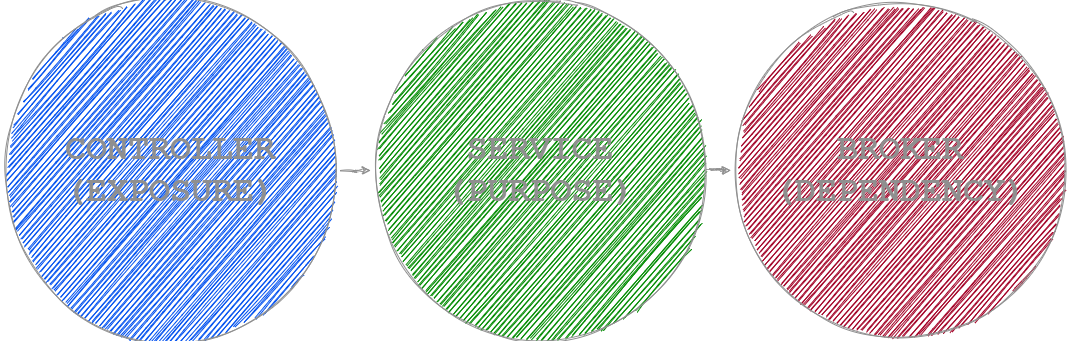
Earlier version of the draw.io export 0. Introduction/Resources/The Theory/The Theory-0.0.5.png (hassanhabib/The-Standard-Turkish). Source tidied: cells renumbered, new cells last; positions are measured from the earlier drawing's top-left corner, leaving out a move shared by most shapes.
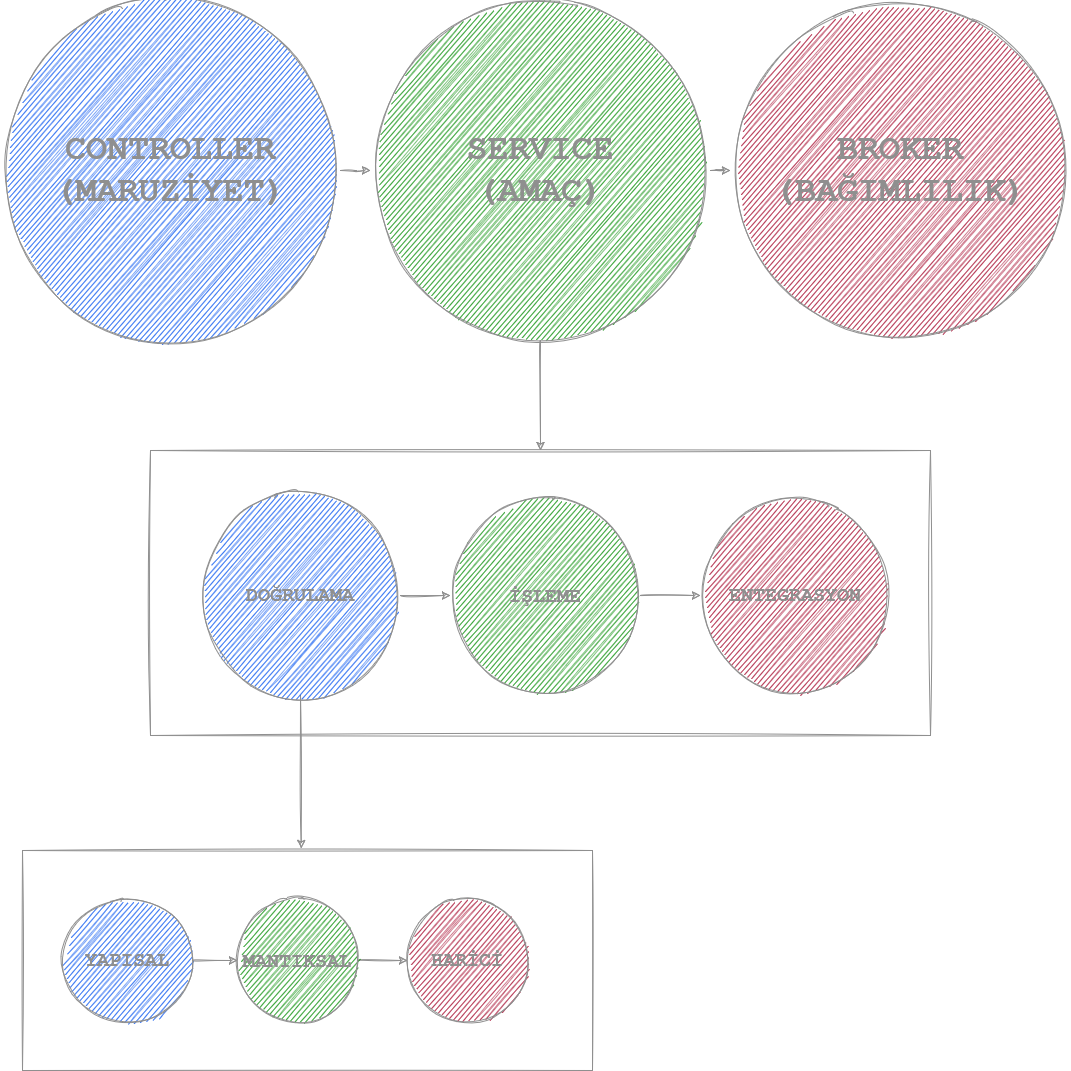
The same file after the commit.

Diff of the diagram source:
```diff
@@ -2,20 +2,62 @@
   <root>
     <mxCell id="0" />
     <mxCell id="1" parent="0" />
+    <mxCell id="7" style="rounded=0;whiteSpace=wrap;html=1;sketch=1;fontFamily=Courier New;fontSize=20;fontColor=#8F8F8F;strokeColor=#8F8F8F;fillColor=none;" parent="1" vertex="1">
+      <mxGeometry x="22" y="850" width="570" height="220" as="geometry" />
+    </mxCell>
+    <mxCell id="8" style="rounded=0;whiteSpace=wrap;html=1;sketch=1;fontFamily=Courier New;fontSize=20;fontColor=#8F8F8F;strokeColor=#8F8F8F;fillColor=none;" parent="1" vertex="1">
+      <mxGeometry x="150" y="450" width="780" height="285" as="geometry" />
+    </mxCell>
-    <mxCell id="2" value="BROKER&lt;br&gt;(DEPENDENCY)" style="ellipse;whiteSpace=wrap;html=1;rounded=1;sketch=1;fillColor=#a20025;strokeColor=#8F8F8F;fontFamily=Courier New;fontStyle=1;fontSize=35;fontColor=#8F8F8F;" parent="1" vertex="1">
+    <mxCell id="2" value="BROKER&lt;br&gt;(BAĞIMLILIK)" style="ellipse;whiteSpace=wrap;html=1;rounded=1;sketch=1;fillColor=#a20025;strokeColor=#8F8F8F;fontFamily=Courier New;fontStyle=1;fontSize=35;fontColor=#8F8F8F;" parent="1" vertex="1">
       <mxGeometry x="730" width="340" height="340" as="geometry" />
     </mxCell>
     <mxCell id="3" style="edgeStyle=orthogonalEdgeStyle;curved=1;rounded=1;sketch=1;jettySize=auto;html=1;entryX=0;entryY=0.5;entryDx=0;entryDy=0;strokeColor=#8F8F8F;fontFamily=Courier New;fontStyle=1;fontColor=#8F8F8F;" parent="1" edge="1" source="4" target="2">
       <mxGeometry relative="1" as="geometry" />
     </mxCell>
+    <mxCell id="9" style="edgeStyle=orthogonalEdgeStyle;curved=1;rounded=1;sketch=1;jettySize=auto;html=1;fontFamily=Courier New;fontSize=20;fontColor=#8F8F8F;strokeColor=#8F8F8F;" parent="1" edge="1" source="4" target="8">
+      <mxGeometry relative="1" as="geometry" />
+    </mxCell>
-    <mxCell id="4" value="&lt;font style=&quot;font-size: 35px&quot;&gt;SERVICE&lt;br&gt;(PURPOSE)&lt;br&gt;&lt;/font&gt;" style="ellipse;whiteSpace=wrap;html=1;rounded=1;sketch=1;fillColor=#008a00;strokeColor=#8F8F8F;fontFamily=Courier New;fontStyle=1;fontSize=25;fontColor=#8F8F8F;" parent="1" vertex="1">
+    <mxCell id="4" value="&lt;font style=&quot;font-size: 35px&quot;&gt;SERVICE&lt;br&gt;(AMAÇ)&lt;br&gt;&lt;/font&gt;" style="ellipse;whiteSpace=wrap;html=1;rounded=1;sketch=1;fillColor=#008a00;strokeColor=#8F8F8F;fontFamily=Courier New;fontStyle=1;fontSize=25;fontColor=#8F8F8F;" parent="1" vertex="1">
       <mxGeometry x="370" width="340" height="340" as="geometry" />
     </mxCell>
     <mxCell id="5" style="edgeStyle=orthogonalEdgeStyle;curved=1;rounded=1;sketch=1;jettySize=auto;html=1;strokeColor=#8F8F8F;fontFamily=Courier New;fontStyle=1;fontColor=#8F8F8F;" parent="1" edge="1" source="6" target="4">
       <mxGeometry relative="1" as="geometry" />
     </mxCell>
-    <mxCell id="6" value="&lt;font style=&quot;font-size: 35px&quot;&gt;CONTROLLER&lt;br&gt;(EXPOSURE)&lt;br&gt;&lt;/font&gt;" style="ellipse;whiteSpace=wrap;html=1;rounded=1;sketch=1;fillColor=#0050ef;strokeColor=#8F8F8F;fontFamily=Courier New;fontStyle=1;fontColor=#8F8F8F;" parent="1" vertex="1">
+    <mxCell id="6" value="&lt;font style=&quot;font-size: 35px&quot;&gt;CONTROLLER&lt;br&gt;(MARUZİYET)&lt;br&gt;&lt;/font&gt;" style="ellipse;whiteSpace=wrap;html=1;rounded=1;sketch=1;fillColor=#0050ef;strokeColor=#8F8F8F;fontFamily=Courier New;fontStyle=1;fontColor=#8F8F8F;" parent="1" vertex="1">
       <mxGeometry width="340" height="340" as="geometry" />
     </mxCell>
+    <mxCell id="10" value="ENTEGRASYON" style="ellipse;whiteSpace=wrap;html=1;rounded=1;sketch=1;fillColor=#a20025;strokeColor=#8F8F8F;fontFamily=Courier New;fontStyle=1;fontSize=20;fontColor=#8F8F8F;" parent="1" vertex="1">
+      <mxGeometry x="700" y="500" width="190" height="190" as="geometry" />
+    </mxCell>
+    <mxCell id="11" style="edgeStyle=orthogonalEdgeStyle;curved=1;rounded=1;sketch=1;jettySize=auto;html=1;fontFamily=Courier New;fontSize=20;fontColor=#8F8F8F;strokeColor=#8F8F8F;" parent="1" edge="1" source="12" target="10">
+      <mxGeometry relative="1" as="geometry" />
+    </mxCell>
+    <mxCell id="12" value="&lt;font&gt;&lt;font style=&quot;font-size: 20px&quot;&gt;İŞLEME&lt;/font&gt;&lt;br&gt;&lt;/font&gt;" style="ellipse;whiteSpace=wrap;html=1;rounded=1;sketch=1;fillColor=#008a00;strokeColor=#8F8F8F;fontFamily=Courier New;fontStyle=1;fontSize=25;fontColor=#8F8F8F;" parent="1" vertex="1">
+      <mxGeometry x="450" y="500" width="190" height="190" as="geometry" />
+    </mxCell>
+    <mxCell id="13" style="edgeStyle=orthogonalEdgeStyle;curved=1;rounded=1;sketch=1;jettySize=auto;html=1;fontFamily=Courier New;fontSize=20;fontColor=#8F8F8F;strokeColor=#8F8F8F;" parent="1" edge="1" source="15" target="12">
+      <mxGeometry relative="1" as="geometry" />
+    </mxCell>
+    <mxCell id="14" style="edgeStyle=orthogonalEdgeStyle;curved=1;rounded=1;sketch=1;jettySize=auto;html=1;entryX=0.489;entryY=-0.009;entryDx=0;entryDy=0;entryPerimeter=0;fontFamily=Courier New;fontSize=20;fontColor=#8F8F8F;strokeColor=#8F8F8F;" parent="1" edge="1" source="15" target="7">
+      <mxGeometry relative="1" as="geometry" />
+    </mxCell>
+    <mxCell id="15" value="&lt;font&gt;&lt;font style=&quot;font-size: 20px&quot;&gt;DOĞRULAMA&lt;/font&gt;&lt;br&gt;&lt;/font&gt;" style="ellipse;whiteSpace=wrap;html=1;rounded=1;sketch=1;fillColor=#0050ef;strokeColor=#8F8F8F;fontFamily=Courier New;fontStyle=1;fontColor=#8F8F8F;" parent="1" vertex="1">
+      <mxGeometry x="200" y="495" width="200" height="200" as="geometry" />
+    </mxCell>
+    <mxCell id="16" value="HARİCİ" style="ellipse;whiteSpace=wrap;html=1;rounded=1;sketch=1;fillColor=#a20025;strokeColor=#8F8F8F;fontFamily=Courier New;fontStyle=1;fontSize=20;fontColor=#8F8F8F;" parent="1" vertex="1">
+      <mxGeometry x="407" y="900" width="120" height="120" as="geometry" />
+    </mxCell>
+    <mxCell id="17" style="edgeStyle=orthogonalEdgeStyle;curved=1;rounded=1;sketch=1;jettySize=auto;html=1;fontFamily=Courier New;fontSize=20;fontColor=#8F8F8F;strokeColor=#8F8F8F;" parent="1" edge="1" source="18" target="16">
+      <mxGeometry relative="1" as="geometry" />
+    </mxCell>
+    <mxCell id="18" value="&lt;font&gt;&lt;font style=&quot;font-size: 20px&quot;&gt;MANTIKSAL&lt;/font&gt;&lt;br&gt;&lt;/font&gt;" style="ellipse;whiteSpace=wrap;html=1;rounded=1;sketch=1;fillColor=#008a00;strokeColor=#8F8F8F;fontFamily=Courier New;fontStyle=1;fontSize=25;fontColor=#8F8F8F;" parent="1" vertex="1">
+      <mxGeometry x="237" y="900" width="120" height="120" as="geometry" />
+    </mxCell>
+    <mxCell id="19" style="edgeStyle=orthogonalEdgeStyle;curved=1;rounded=1;sketch=1;jettySize=auto;html=1;fontFamily=Courier New;fontSize=20;fontColor=#8F8F8F;strokeColor=#8F8F8F;" parent="1" edge="1" source="20" target="18">
+      <mxGeometry relative="1" as="geometry" />
+    </mxCell>
+    <mxCell id="20" value="&lt;font&gt;&lt;font style=&quot;font-size: 20px&quot;&gt;YAPISAL&lt;/font&gt;&lt;br&gt;&lt;/font&gt;" style="ellipse;whiteSpace=wrap;html=1;rounded=1;sketch=1;fillColor=#0050ef;strokeColor=#8F8F8F;fontFamily=Courier New;fontStyle=1;fontColor=#8F8F8F;" parent="1" vertex="1">
+      <mxGeometry x="62" y="895" width="130" height="130" as="geometry" />
+    </mxCell>
   </root>
 </mxGraphModel>
```
